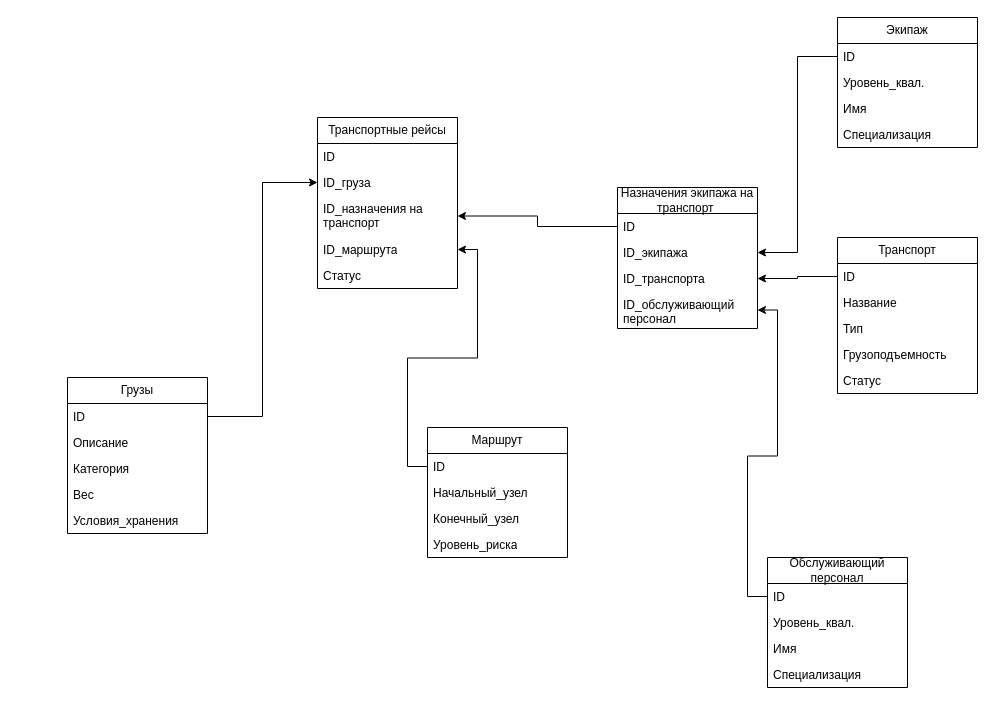
Above: Задание9.drawio in Lemetist/ERD (draw.io), before the change. Source tidied: cells renumbered, new cells numbered last; positions are measured from the earlier drawing's top-left corner, leaving out a move shared by most shapes. Both pictures are drawn from the tidied source at 100%, with x=0, y=0 at pixel (67, 17).
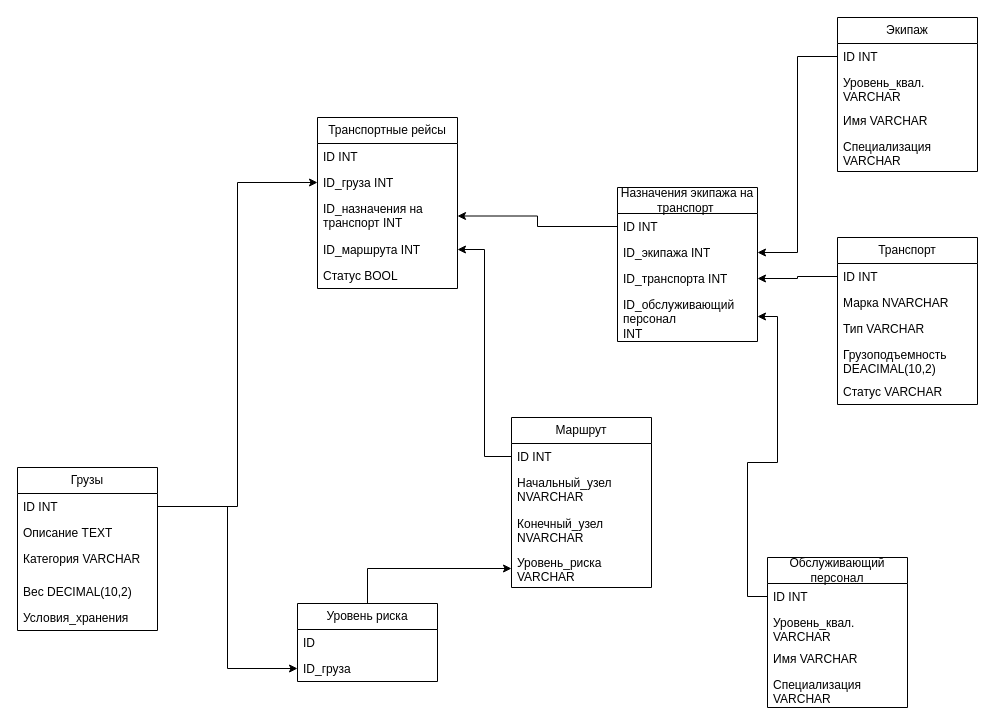
The same page after the edit.

Unchanged cells that the change refers to:
```xml
<mxCell id="34" value="Транспортные рейсы" style="swimlane;fontStyle=0;horizontal=1;startSize=26;fillColor=none;whiteSpace=wrap;html=1;" parent="1" vertex="1">
  <mxGeometry x="250" y="100" width="140" height="171" as="geometry" />
</mxCell>
```

Diff of the diagram source:
```diff
@@
     <mxCell id="2" value="Грузы" style="swimlane;fontStyle=0;horizontal=1;startSize=26;fillColor=none;whiteSpace=wrap;html=1;" parent="1" vertex="1">
-      <mxGeometry y="360" width="140" height="156" as="geometry" />
+      <mxGeometry x="-50" y="450" width="140" height="163" as="geometry" />
     </mxCell>
-    <mxCell id="3" value="ID" style="text;strokeColor=none;fillColor=none;align=left;verticalAlign=top;spacingLeft=4;spacingRight=4;overflow=hidden;points=[[0,0.5],[1,0.5]];portConstraint=eastwest;whiteSpace=wrap;html=1;" parent="2" vertex="1">
+    <mxCell id="3" value="ID INT" style="text;strokeColor=none;fillColor=none;align=left;verticalAlign=top;spacingLeft=4;spacingRight=4;overflow=hidden;points=[[0,0.5],[1,0.5]];portConstraint=eastwest;whiteSpace=wrap;html=1;" parent="2" vertex="1">
       <mxGeometry y="26" width="140" height="26" as="geometry" />
     </mxCell>
-    <mxCell id="4" value="Описание" style="text;strokeColor=none;fillColor=none;align=left;verticalAlign=top;spacingLeft=4;spacingRight=4;overflow=hidden;whiteSpace=wrap;html=1;" parent="2" vertex="1">
+    <mxCell id="4" value="Описание TEXT" style="text;strokeColor=none;fillColor=none;align=left;verticalAlign=top;spacingLeft=4;spacingRight=4;overflow=hidden;whiteSpace=wrap;html=1;" parent="2" vertex="1">
       <mxGeometry y="52" width="140" height="26" as="geometry" />
     </mxCell>
-    <mxCell id="5" value="Категория&lt;div&gt;&lt;br&gt;&lt;/div&gt;" style="text;strokeColor=none;fillColor=none;align=left;verticalAlign=top;spacingLeft=4;spacingRight=4;overflow=hidden;whiteSpace=wrap;html=1;" parent="2" vertex="1">
-      <mxGeometry y="78" width="140" height="26" as="geometry" />
+    <mxCell id="5" value="Категория VARCHAR&lt;div&gt;&lt;br&gt;&lt;/div&gt;" style="text;strokeColor=none;fillColor=none;align=left;verticalAlign=top;spacingLeft=4;spacingRight=4;overflow=hidden;whiteSpace=wrap;html=1;" parent="2" vertex="1">
+      <mxGeometry y="78" width="140" height="33" as="geometry" />
     </mxCell>
-    <mxCell id="6" value="Вес" style="text;strokeColor=none;fillColor=none;align=left;verticalAlign=top;spacingLeft=4;spacingRight=4;overflow=hidden;whiteSpace=wrap;html=1;" parent="2" vertex="1">
-      <mxGeometry y="104" width="140" height="26" as="geometry" />
+    <mxCell id="6" value="Вес DECIMAL(10,2)" style="text;strokeColor=none;fillColor=none;align=left;verticalAlign=top;spacingLeft=4;spacingRight=4;overflow=hidden;whiteSpace=wrap;html=1;" parent="2" vertex="1">
+      <mxGeometry y="111" width="140" height="26" as="geometry" />
     </mxCell>
     <mxCell id="7" value="Условия_хранения&lt;div&gt;&lt;br&gt;&lt;/div&gt;" style="text;strokeColor=none;fillColor=none;align=left;verticalAlign=top;spacingLeft=4;spacingRight=4;overflow=hidden;whiteSpace=wrap;html=1;" parent="2" vertex="1">
-      <mxGeometry y="130" width="140" height="26" as="geometry" />
+      <mxGeometry y="137" width="140" height="26" as="geometry" />
     </mxCell>
     <mxCell id="8" value="Назначения экипажа на транспорт&amp;nbsp;" style="swimlane;fontStyle=0;horizontal=1;startSize=26;fillColor=none;whiteSpace=wrap;html=1;" parent="1" vertex="1">
-      <mxGeometry x="550" y="170" width="140" height="141" as="geometry" />
+      <mxGeometry x="550" y="170" width="140" height="154" as="geometry" />
     </mxCell>
-    <mxCell id="9" value="ID" style="text;strokeColor=none;fillColor=none;align=left;verticalAlign=top;spacingLeft=4;spacingRight=4;overflow=hidden;points=[[0,0.5],[1,0.5]];portConstraint=eastwest;whiteSpace=wrap;html=1;" parent="8" vertex="1">
+    <mxCell id="9" value="ID INT" style="text;strokeColor=none;fillColor=none;align=left;verticalAlign=top;spacingLeft=4;spacingRight=4;overflow=hidden;points=[[0,0.5],[1,0.5]];portConstraint=eastwest;whiteSpace=wrap;html=1;" parent="8" vertex="1">
       <mxGeometry y="26" width="140" height="26" as="geometry" />
     </mxCell>
-    <mxCell id="10" value="ID_экипажа" style="text;strokeColor=none;fillColor=none;align=left;verticalAlign=top;spacingLeft=4;spacingRight=4;overflow=hidden;points=[[0,0.5],[1,0.5]];portConstraint=eastwest;whiteSpace=wrap;html=1;" parent="8" vertex="1">
+    <mxCell id="10" value="ID_экипажа INT" style="text;strokeColor=none;fillColor=none;align=left;verticalAlign=top;spacingLeft=4;spacingRight=4;overflow=hidden;points=[[0,0.5],[1,0.5]];portConstraint=eastwest;whiteSpace=wrap;html=1;" parent="8" vertex="1">
       <mxGeometry y="52" width="140" height="26" as="geometry" />
     </mxCell>
-    <mxCell id="11" value="ID_транспорта" style="text;strokeColor=none;fillColor=none;align=left;verticalAlign=top;spacingLeft=4;spacingRight=4;overflow=hidden;points=[[0,0.5],[1,0.5]];portConstraint=eastwest;whiteSpace=wrap;html=1;" parent="8" vertex="1">
+    <mxCell id="11" value="ID_транспорта INT" style="text;strokeColor=none;fillColor=none;align=left;verticalAlign=top;spacingLeft=4;spacingRight=4;overflow=hidden;points=[[0,0.5],[1,0.5]];portConstraint=eastwest;whiteSpace=wrap;html=1;" parent="8" vertex="1">
       <mxGeometry y="78" width="140" height="26" as="geometry" />
     </mxCell>
-    <mxCell id="12" value="ID_обслуживающий персонал&lt;div&gt;&lt;br&gt;&lt;/div&gt;" style="text;strokeColor=none;fillColor=none;align=left;verticalAlign=top;spacingLeft=4;spacingRight=4;overflow=hidden;points=[[0,0.5],[1,0.5]];portConstraint=eastwest;whiteSpace=wrap;html=1;" parent="8" vertex="1">
-      <mxGeometry y="104" width="140" height="37" as="geometry" />
+    <mxCell id="12" value="ID_обслуживающий персонал&lt;div&gt;INT&lt;/div&gt;" style="text;strokeColor=none;fillColor=none;align=left;verticalAlign=top;spacingLeft=4;spacingRight=4;overflow=hidden;points=[[0,0.5],[1,0.5]];portConstraint=eastwest;whiteSpace=wrap;html=1;" parent="8" vertex="1">
+      <mxGeometry y="104" width="140" height="50" as="geometry" />
     </mxCell>
     <mxCell id="13" value="Маршрут" style="swimlane;fontStyle=0;horizontal=1;startSize=26;fillColor=none;whiteSpace=wrap;html=1;" parent="1" vertex="1">
-      <mxGeometry x="360" y="410" width="140" height="130" as="geometry" />
+      <mxGeometry x="444" y="400" width="140" height="170" as="geometry" />
     </mxCell>
-    <mxCell id="14" value="ID" style="text;strokeColor=none;fillColor=none;align=left;verticalAlign=top;spacingLeft=4;spacingRight=4;overflow=hidden;points=[[0,0.5],[1,0.5]];portConstraint=eastwest;whiteSpace=wrap;html=1;" parent="13" vertex="1">
+    <mxCell id="14" value="ID INT" style="text;strokeColor=none;fillColor=none;align=left;verticalAlign=top;spacingLeft=4;spacingRight=4;overflow=hidden;points=[[0,0.5],[1,0.5]];portConstraint=eastwest;whiteSpace=wrap;html=1;" parent="13" vertex="1">
       <mxGeometry y="26" width="140" height="26" as="geometry" />
     </mxCell>
-    <mxCell id="15" value="Начальный_узел" style="text;strokeColor=none;fillColor=none;align=left;verticalAlign=top;spacingLeft=4;spacingRight=4;overflow=hidden;whiteSpace=wrap;html=1;" parent="13" vertex="1">
-      <mxGeometry y="52" width="140" height="26" as="geometry" />
+    <mxCell id="15" value="Начальный_узел NVARCHAR" style="text;strokeColor=none;fillColor=none;align=left;verticalAlign=top;spacingLeft=4;spacingRight=4;overflow=hidden;whiteSpace=wrap;html=1;" parent="13" vertex="1">
+      <mxGeometry y="52" width="140" height="41" as="geometry" />
     </mxCell>
-    <mxCell id="16" value="Конечный_узел" style="text;strokeColor=none;fillColor=none;align=left;verticalAlign=top;spacingLeft=4;spacingRight=4;overflow=hidden;whiteSpace=wrap;html=1;" parent="13" vertex="1">
-      <mxGeometry y="78" width="140" height="26" as="geometry" />
+    <mxCell id="16" value="Конечный_узел NVARCHAR" style="text;strokeColor=none;fillColor=none;align=left;verticalAlign=top;spacingLeft=4;spacingRight=4;overflow=hidden;whiteSpace=wrap;html=1;" parent="13" vertex="1">
+      <mxGeometry y="93" width="140" height="39" as="geometry" />
     </mxCell>
-    <mxCell id="17" value="Уровень_риска" style="text;strokeColor=none;fillColor=none;align=left;verticalAlign=top;spacingLeft=4;spacingRight=4;overflow=hidden;points=[[0,0.5],[1,0.5]];portConstraint=eastwest;whiteSpace=wrap;html=1;" parent="13" vertex="1">
-      <mxGeometry y="104" width="140" height="26" as="geometry" />
+    <mxCell id="17" value="Уровень_риска VARCHAR" style="text;strokeColor=none;fillColor=none;align=left;verticalAlign=top;spacingLeft=4;spacingRight=4;overflow=hidden;points=[[0,0.5],[1,0.5]];portConstraint=eastwest;whiteSpace=wrap;html=1;" parent="13" vertex="1">
+      <mxGeometry y="132" width="140" height="38" as="geometry" />
     </mxCell>
     <mxCell id="18" value="Транспорт" style="swimlane;fontStyle=0;horizontal=1;startSize=26;fillColor=none;whiteSpace=wrap;html=1;" parent="1" vertex="1">
-      <mxGeometry x="770" y="220" width="140" height="156" as="geometry" />
+      <mxGeometry x="770" y="220" width="140" height="167" as="geometry" />
     </mxCell>
-    <mxCell id="19" value="ID" style="text;strokeColor=none;fillColor=none;align=left;verticalAlign=top;spacingLeft=4;spacingRight=4;overflow=hidden;points=[[0,0.5],[1,0.5]];portConstraint=eastwest;whiteSpace=wrap;html=1;" parent="18" vertex="1">
+    <mxCell id="19" value="ID INT" style="text;strokeColor=none;fillColor=none;align=left;verticalAlign=top;spacingLeft=4;spacingRight=4;overflow=hidden;points=[[0,0.5],[1,0.5]];portConstraint=eastwest;whiteSpace=wrap;html=1;" parent="18" vertex="1">
       <mxGeometry y="26" width="140" height="26" as="geometry" />
     </mxCell>
-    <mxCell id="20" value="Название" style="text;strokeColor=none;fillColor=none;align=left;verticalAlign=top;spacingLeft=4;spacingRight=4;overflow=hidden;whiteSpace=wrap;html=1;" parent="18" vertex="1">
+    <mxCell id="20" value="Марка NVARCHAR" style="text;strokeColor=none;fillColor=none;align=left;verticalAlign=top;spacingLeft=4;spacingRight=4;overflow=hidden;whiteSpace=wrap;html=1;" parent="18" vertex="1">
       <mxGeometry y="52" width="140" height="26" as="geometry" />
     </mxCell>
-    <mxCell id="21" value="Тип" style="text;strokeColor=none;fillColor=none;align=left;verticalAlign=top;spacingLeft=4;spacingRight=4;overflow=hidden;whiteSpace=wrap;html=1;" parent="18" vertex="1">
+    <mxCell id="21" value="Тип VARCHAR" style="text;strokeColor=none;fillColor=none;align=left;verticalAlign=top;spacingLeft=4;spacingRight=4;overflow=hidden;whiteSpace=wrap;html=1;" parent="18" vertex="1">
       <mxGeometry y="78" width="140" height="26" as="geometry" />
     </mxCell>
-    <mxCell id="22" value="Грузоподъемность" style="text;strokeColor=none;fillColor=none;align=left;verticalAlign=top;spacingLeft=4;spacingRight=4;overflow=hidden;whiteSpace=wrap;html=1;" parent="18" vertex="1">
-      <mxGeometry y="104" width="140" height="26" as="geometry" />
+    <mxCell id="22" value="Грузоподъемность DEACIMAL(10,2)" style="text;strokeColor=none;fillColor=none;align=left;verticalAlign=top;spacingLeft=4;spacingRight=4;overflow=hidden;whiteSpace=wrap;html=1;" parent="18" vertex="1">
+      <mxGeometry y="104" width="140" height="37" as="geometry" />
     </mxCell>
-    <mxCell id="23" value="Статус" style="text;strokeColor=none;fillColor=none;align=left;verticalAlign=top;spacingLeft=4;spacingRight=4;overflow=hidden;whiteSpace=wrap;html=1;" parent="18" vertex="1">
-      <mxGeometry y="130" width="140" height="26" as="geometry" />
+    <mxCell id="23" value="Статус VARCHAR" style="text;strokeColor=none;fillColor=none;align=left;verticalAlign=top;spacingLeft=4;spacingRight=4;overflow=hidden;whiteSpace=wrap;html=1;" parent="18" vertex="1">
+      <mxGeometry y="141" width="140" height="26" as="geometry" />
     </mxCell>
     <mxCell id="24" value="Экипаж" style="swimlane;fontStyle=0;horizontal=1;startSize=26;fillColor=none;whiteSpace=wrap;html=1;" parent="1" vertex="1">
-      <mxGeometry x="770" width="140" height="130" as="geometry" />
+      <mxGeometry x="770" width="140" height="154" as="geometry" />
     </mxCell>
-    <mxCell id="25" value="ID" style="text;strokeColor=none;fillColor=none;align=left;verticalAlign=top;spacingLeft=4;spacingRight=4;overflow=hidden;points=[[0,0.5],[1,0.5]];portConstraint=eastwest;whiteSpace=wrap;html=1;" parent="24" vertex="1">
+    <mxCell id="25" value="ID INT" style="text;strokeColor=none;fillColor=none;align=left;verticalAlign=top;spacingLeft=4;spacingRight=4;overflow=hidden;points=[[0,0.5],[1,0.5]];portConstraint=eastwest;whiteSpace=wrap;html=1;" parent="24" vertex="1">
       <mxGeometry y="26" width="140" height="26" as="geometry" />
     </mxCell>
-    <mxCell id="26" value="Уровень_квал." style="text;strokeColor=none;fillColor=none;align=left;verticalAlign=top;spacingLeft=4;spacingRight=4;overflow=hidden;whiteSpace=wrap;html=1;" parent="24" vertex="1">
-      <mxGeometry y="52" width="140" height="26" as="geometry" />
+    <mxCell id="26" value="Уровень_квал. VARCHAR" style="text;strokeColor=none;fillColor=none;align=left;verticalAlign=top;spacingLeft=4;spacingRight=4;overflow=hidden;whiteSpace=wrap;html=1;" parent="24" vertex="1">
+      <mxGeometry y="52" width="140" height="38" as="geometry" />
     </mxCell>
-    <mxCell id="27" value="Имя" style="text;strokeColor=none;fillColor=none;align=left;verticalAlign=top;spacingLeft=4;spacingRight=4;overflow=hidden;whiteSpace=wrap;html=1;" parent="24" vertex="1">
-      <mxGeometry y="78" width="140" height="26" as="geometry" />
+    <mxCell id="27" value="Имя VARCHAR" style="text;strokeColor=none;fillColor=none;align=left;verticalAlign=top;spacingLeft=4;spacingRight=4;overflow=hidden;whiteSpace=wrap;html=1;" parent="24" vertex="1">
+      <mxGeometry y="90" width="140" height="26" as="geometry" />
     </mxCell>
-    <mxCell id="28" value="Специализация" style="text;strokeColor=none;fillColor=none;align=left;verticalAlign=top;spacingLeft=4;spacingRight=4;overflow=hidden;whiteSpace=wrap;html=1;" parent="24" vertex="1">
-      <mxGeometry y="104" width="140" height="26" as="geometry" />
+    <mxCell id="28" value="Специализация VARCHAR" style="text;strokeColor=none;fillColor=none;align=left;verticalAlign=top;spacingLeft=4;spacingRight=4;overflow=hidden;whiteSpace=wrap;html=1;" parent="24" vertex="1">
+      <mxGeometry y="116" width="140" height="38" as="geometry" />
     </mxCell>
     <mxCell id="29" value="Обслуживающий персонал" style="swimlane;fontStyle=0;horizontal=1;startSize=26;fillColor=none;whiteSpace=wrap;html=1;" parent="1" vertex="1">
-      <mxGeometry x="700" y="540" width="140" height="130" as="geometry" />
+      <mxGeometry x="700" y="540" width="140" height="150" as="geometry" />
     </mxCell>
-    <mxCell id="30" value="ID" style="text;strokeColor=none;fillColor=none;align=left;verticalAlign=top;spacingLeft=4;spacingRight=4;overflow=hidden;points=[[0,0.5],[1,0.5]];portConstraint=eastwest;whiteSpace=wrap;html=1;" parent="29" vertex="1">
+    <mxCell id="30" value="ID INT" style="text;strokeColor=none;fillColor=none;align=left;verticalAlign=top;spacingLeft=4;spacingRight=4;overflow=hidden;points=[[0,0.5],[1,0.5]];portConstraint=eastwest;whiteSpace=wrap;html=1;" parent="29" vertex="1">
       <mxGeometry y="26" width="140" height="26" as="geometry" />
     </mxCell>
-    <mxCell id="31" value="Уровень_квал." style="text;strokeColor=none;fillColor=none;align=left;verticalAlign=top;spacingLeft=4;spacingRight=4;overflow=hidden;whiteSpace=wrap;html=1;" parent="29" vertex="1">
-      <mxGeometry y="52" width="140" height="26" as="geometry" />
+    <mxCell id="31" value="Уровень_квал. VARCHAR" style="text;strokeColor=none;fillColor=none;align=left;verticalAlign=top;spacingLeft=4;spacingRight=4;overflow=hidden;whiteSpace=wrap;html=1;" parent="29" vertex="1">
+      <mxGeometry y="52" width="140" height="36" as="geometry" />
     </mxCell>
-    <mxCell id="32" value="Имя" style="text;strokeColor=none;fillColor=none;align=left;verticalAlign=top;spacingLeft=4;spacingRight=4;overflow=hidden;whiteSpace=wrap;html=1;" parent="29" vertex="1">
-      <mxGeometry y="78" width="140" height="26" as="geometry" />
+    <mxCell id="32" value="Имя VARCHAR" style="text;strokeColor=none;fillColor=none;align=left;verticalAlign=top;spacingLeft=4;spacingRight=4;overflow=hidden;whiteSpace=wrap;html=1;" parent="29" vertex="1">
+      <mxGeometry y="88" width="140" height="26" as="geometry" />
     </mxCell>
-    <mxCell id="33" value="Специализация" style="text;strokeColor=none;fillColor=none;align=left;verticalAlign=top;spacingLeft=4;spacingRight=4;overflow=hidden;whiteSpace=wrap;html=1;" parent="29" vertex="1">
-      <mxGeometry y="104" width="140" height="26" as="geometry" />
+    <mxCell id="33" value="Специализация VARCHAR" style="text;strokeColor=none;fillColor=none;align=left;verticalAlign=top;spacingLeft=4;spacingRight=4;overflow=hidden;whiteSpace=wrap;html=1;" parent="29" vertex="1">
+      <mxGeometry y="114" width="140" height="36" as="geometry" />
     </mxCell>
@@
-    <mxCell id="35" value="ID" style="text;strokeColor=none;fillColor=none;align=left;verticalAlign=top;spacingLeft=4;spacingRight=4;overflow=hidden;whiteSpace=wrap;html=1;" parent="34" vertex="1">
+    <mxCell id="35" value="ID INT" style="text;strokeColor=none;fillColor=none;align=left;verticalAlign=top;spacingLeft=4;spacingRight=4;overflow=hidden;whiteSpace=wrap;html=1;" parent="34" vertex="1">
       <mxGeometry y="26" width="140" height="26" as="geometry" />
     </mxCell>
-    <mxCell id="36" value="ID_груза" style="text;strokeColor=none;fillColor=none;align=left;verticalAlign=top;spacingLeft=4;spacingRight=4;overflow=hidden;points=[[0,0.5],[1,0.5]];portConstraint=eastwest;whiteSpace=wrap;html=1;" parent="34" vertex="1">
+    <mxCell id="36" value="ID_груза INT" style="text;strokeColor=none;fillColor=none;align=left;verticalAlign=top;spacingLeft=4;spacingRight=4;overflow=hidden;points=[[0,0.5],[1,0.5]];portConstraint=eastwest;whiteSpace=wrap;html=1;" parent="34" vertex="1">
       <mxGeometry y="52" width="140" height="26" as="geometry" />
     </mxCell>
-    <mxCell id="37" value="ID_назначения на транспорт" style="text;strokeColor=none;fillColor=none;align=left;verticalAlign=top;spacingLeft=4;spacingRight=4;overflow=hidden;points=[[0,0.5],[1,0.5]];portConstraint=eastwest;whiteSpace=wrap;html=1;" parent="34" vertex="1">
+    <mxCell id="37" value="ID_назначения на транспорт INT" style="text;strokeColor=none;fillColor=none;align=left;verticalAlign=top;spacingLeft=4;spacingRight=4;overflow=hidden;points=[[0,0.5],[1,0.5]];portConstraint=eastwest;whiteSpace=wrap;html=1;" parent="34" vertex="1">
       <mxGeometry y="78" width="140" height="41" as="geometry" />
     </mxCell>
-    <mxCell id="38" value="ID_маршрута" style="text;strokeColor=none;fillColor=none;align=left;verticalAlign=top;spacingLeft=4;spacingRight=4;overflow=hidden;points=[[0,0.5],[1,0.5]];portConstraint=eastwest;whiteSpace=wrap;html=1;" parent="34" vertex="1">
+    <mxCell id="38" value="ID_маршрута INT" style="text;strokeColor=none;fillColor=none;align=left;verticalAlign=top;spacingLeft=4;spacingRight=4;overflow=hidden;points=[[0,0.5],[1,0.5]];portConstraint=eastwest;whiteSpace=wrap;html=1;" parent="34" vertex="1">
       <mxGeometry y="119" width="140" height="26" as="geometry" />
     </mxCell>
-    <mxCell id="39" value="Статус" style="text;strokeColor=none;fillColor=none;align=left;verticalAlign=top;spacingLeft=4;spacingRight=4;overflow=hidden;whiteSpace=wrap;html=1;" parent="34" vertex="1">
+    <mxCell id="39" value="Статус BOOL" style="text;strokeColor=none;fillColor=none;align=left;verticalAlign=top;spacingLeft=4;spacingRight=4;overflow=hidden;whiteSpace=wrap;html=1;" parent="34" vertex="1">
       <mxGeometry y="145" width="140" height="26" as="geometry" />
     </mxCell>
@@
+    <mxCell id="46" style="edgeStyle=orthogonalEdgeStyle;rounded=0;jettySize=auto;html=1;entryX=0;entryY=0.5;entryDx=0;entryDy=0;" parent="1" edge="1" source="47" target="17">
+      <mxGeometry relative="1" as="geometry" />
+    </mxCell>
+    <mxCell id="47" value="Уровень риска" style="swimlane;fontStyle=0;horizontal=1;startSize=26;fillColor=none;whiteSpace=wrap;html=1;" parent="1" vertex="1">
+      <mxGeometry x="230" y="586" width="140" height="78" as="geometry" />
+    </mxCell>
+    <mxCell id="48" value="ID" style="text;strokeColor=none;fillColor=none;align=left;verticalAlign=top;spacingLeft=4;spacingRight=4;overflow=hidden;whiteSpace=wrap;html=1;" parent="47" vertex="1">
+      <mxGeometry y="26" width="140" height="26" as="geometry" />
+    </mxCell>
+    <mxCell id="49" value="ID_груза" style="text;strokeColor=none;fillColor=none;align=left;verticalAlign=top;spacingLeft=4;spacingRight=4;overflow=hidden;points=[[0,0.5],[1,0.5]];portConstraint=eastwest;whiteSpace=wrap;html=1;" parent="47" vertex="1">
+      <mxGeometry y="52" width="140" height="26" as="geometry" />
+    </mxCell>
+    <mxCell id="50" style="edgeStyle=orthogonalEdgeStyle;rounded=0;jettySize=auto;html=1;entryX=0;entryY=0.5;entryDx=0;entryDy=0;" parent="1" edge="1" source="3" target="49">
+      <mxGeometry relative="1" as="geometry" />
+    </mxCell>
```
